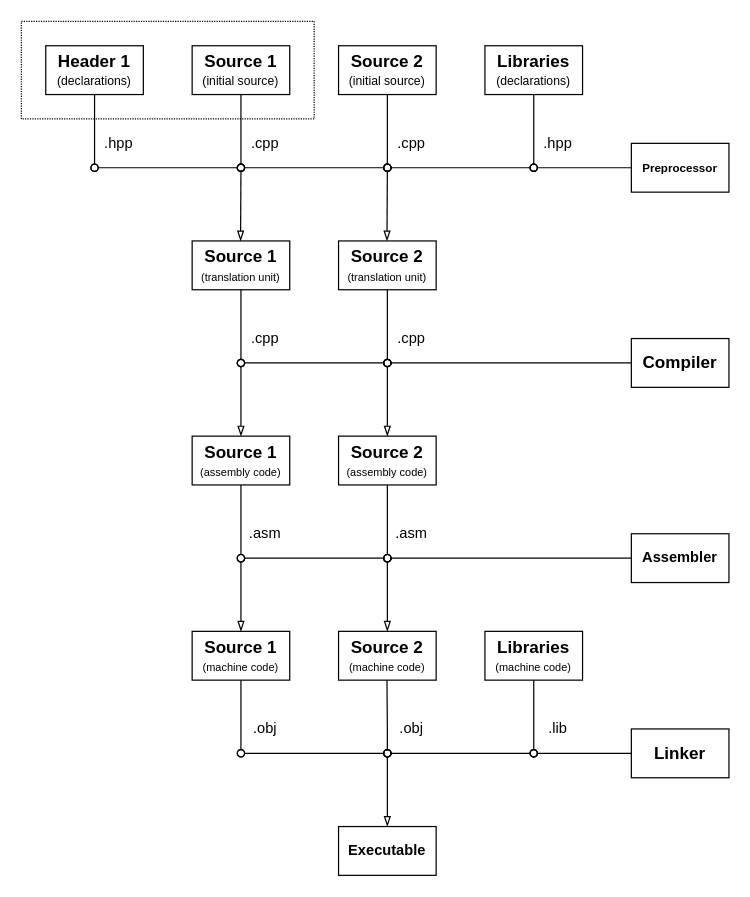
The draw.io diagram projects/examples/source/06.01.drawio in i-s-m-mipt/Education, before the edit. Source tidied: cells renumbered, new cells numbered last; positions are measured from the earlier drawing's top-left corner, leaving out a move shared by most shapes. Both pictures are drawn from the tidied source at 122%, with x=0, y=0 at pixel (21, 21).
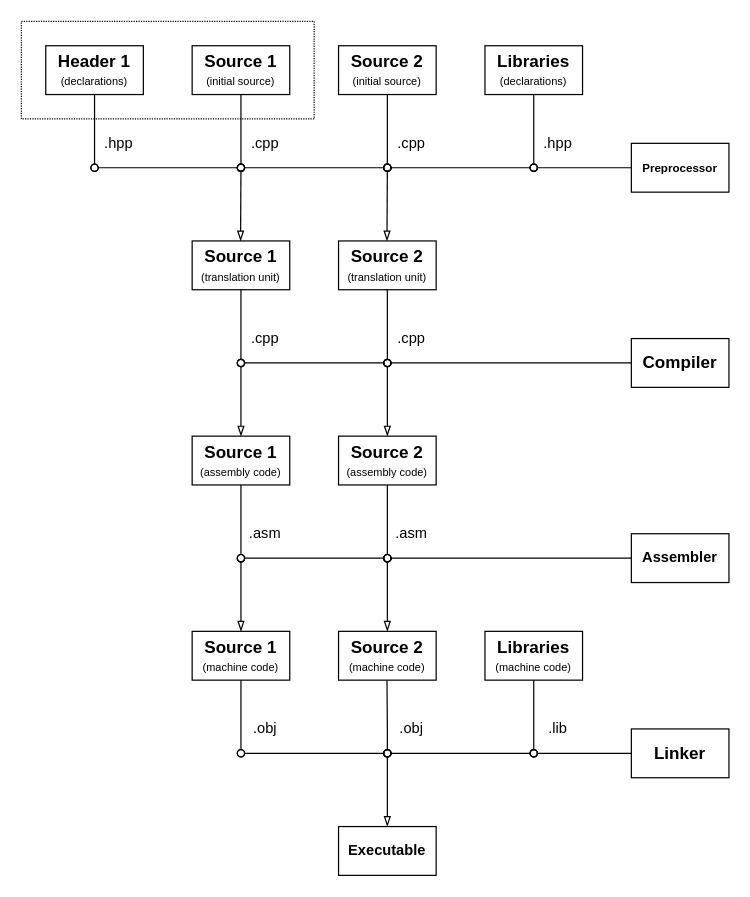
After the change.

Commit message (it also covers changes not shown here):
Доработан пример 06.01.

What changed in the source:
```diff
@@
-    <mxCell id="4" value="&lt;font&gt;&lt;font style=&quot;font-size: 14px;&quot; face=&quot;Helvetica&quot;&gt;&lt;b style=&quot;&quot;&gt;Source 1&lt;/b&gt;&lt;/font&gt;&lt;/font&gt;&lt;div&gt;&lt;font style=&quot;font-size: 10px;&quot;&gt;&lt;font style=&quot;&quot;&gt;&lt;span style=&quot;background-color: transparent; color: light-dark(rgb(0, 0, 0), rgb(255, 255, 255));&quot;&gt;(initial source&lt;/span&gt;&lt;/font&gt;&lt;span style=&quot;background-color: transparent; color: light-dark(rgb(0, 0, 0), rgb(255, 255, 255));&quot;&gt;)&lt;/span&gt;&lt;/font&gt;&lt;/div&gt;" style="rounded=0;whiteSpace=wrap;html=1;" parent="1" vertex="1">
+    <mxCell id="4" value="&lt;font&gt;&lt;font style=&quot;font-size: 14px;&quot; face=&quot;Helvetica&quot;&gt;&lt;b style=&quot;&quot;&gt;Source 1&lt;/b&gt;&lt;/font&gt;&lt;/font&gt;&lt;div&gt;&lt;font style=&quot;font-size: 9px;&quot;&gt;&lt;font style=&quot;&quot;&gt;&lt;span style=&quot;background-color: transparent; color: light-dark(rgb(0, 0, 0), rgb(255, 255, 255));&quot;&gt;(initial source&lt;/span&gt;&lt;/font&gt;&lt;span style=&quot;background-color: transparent; color: light-dark(rgb(0, 0, 0), rgb(255, 255, 255));&quot;&gt;)&lt;/span&gt;&lt;/font&gt;&lt;/div&gt;" style="rounded=0;whiteSpace=wrap;html=1;" parent="1" vertex="1">
       <mxGeometry x="140" y="20" width="80" height="40" as="geometry" />
     </mxCell>
-    <mxCell id="5" value="&lt;font style=&quot;font-size: 14px;&quot; face=&quot;Helvetica&quot;&gt;&lt;b style=&quot;&quot;&gt;Source 2&lt;/b&gt;&lt;/font&gt;&lt;div&gt;&lt;font style=&quot;font-size: 10px;&quot;&gt;&lt;font style=&quot;&quot;&gt;(&lt;/font&gt;&lt;span style=&quot;color: light-dark(rgb(0, 0, 0), rgb(255, 255, 255)); background-color: transparent;&quot;&gt;initial source&lt;/span&gt;&lt;span style=&quot;color: light-dark(rgb(0, 0, 0), rgb(255, 255, 255)); background-color: transparent;&quot;&gt;)&lt;/span&gt;&lt;/font&gt;&lt;/div&gt;" style="rounded=0;whiteSpace=wrap;html=1;" parent="1" vertex="1">
+    <mxCell id="5" value="&lt;font style=&quot;font-size: 14px;&quot; face=&quot;Helvetica&quot;&gt;&lt;b style=&quot;&quot;&gt;Source 2&lt;/b&gt;&lt;/font&gt;&lt;div&gt;&lt;font style=&quot;font-size: 9px;&quot;&gt;&lt;font style=&quot;&quot;&gt;(&lt;/font&gt;&lt;span style=&quot;color: light-dark(rgb(0, 0, 0), rgb(255, 255, 255)); background-color: transparent;&quot;&gt;initial source&lt;/span&gt;&lt;span style=&quot;color: light-dark(rgb(0, 0, 0), rgb(255, 255, 255)); background-color: transparent;&quot;&gt;)&lt;/span&gt;&lt;/font&gt;&lt;/div&gt;" style="rounded=0;whiteSpace=wrap;html=1;" parent="1" vertex="1">
       <mxGeometry x="260" y="20" width="80" height="40" as="geometry" />
     </mxCell>
@@
-    <mxCell id="7" value="&lt;font face=&quot;Helvetica&quot; style=&quot;&quot;&gt;&lt;b style=&quot;&quot;&gt;&lt;font style=&quot;font-size: 14px;&quot;&gt;Header 1&lt;/font&gt;&lt;/b&gt;&lt;br&gt;&lt;font style=&quot;font-size: 10px;&quot;&gt;(&lt;/font&gt;&lt;/font&gt;&lt;font style=&quot;font-size: 10px;&quot;&gt;declarations&lt;font face=&quot;Helvetica&quot; style=&quot;&quot;&gt;)&lt;/font&gt;&lt;/font&gt;" style="rounded=0;whiteSpace=wrap;html=1;" parent="1" vertex="1">
+    <mxCell id="7" value="&lt;font face=&quot;Helvetica&quot; style=&quot;&quot;&gt;&lt;b style=&quot;&quot;&gt;&lt;font style=&quot;font-size: 14px;&quot;&gt;Header 1&lt;/font&gt;&lt;/b&gt;&lt;br&gt;&lt;font style=&quot;font-size: 9px;&quot;&gt;(&lt;/font&gt;&lt;/font&gt;&lt;font style=&quot;font-size: 9px;&quot;&gt;declarations&lt;font face=&quot;Helvetica&quot; style=&quot;&quot;&gt;)&lt;/font&gt;&lt;/font&gt;" style="rounded=0;whiteSpace=wrap;html=1;" parent="1" vertex="1">
       <mxGeometry x="20" y="20" width="80" height="40" as="geometry" />
     </mxCell>
@@
-    <mxCell id="57" value="&lt;font style=&quot;font-size: 14px;&quot; face=&quot;Helvetica&quot;&gt;&lt;b style=&quot;&quot;&gt;Libraries&lt;/b&gt;&lt;/font&gt;&lt;div&gt;&lt;font style=&quot;font-size: 10px;&quot;&gt;(&lt;/font&gt;&lt;span style=&quot;color: light-dark(rgb(0, 0, 0), rgb(255, 255, 255)); font-size: 10px; background-color: transparent;&quot;&gt;declarations&lt;/span&gt;&lt;span style=&quot;color: light-dark(rgb(0, 0, 0), rgb(255, 255, 255)); font-size: 10px; background-color: transparent;&quot;&gt;)&lt;/span&gt;&lt;/div&gt;" style="rounded=0;whiteSpace=wrap;html=1;" parent="1" vertex="1">
+    <mxCell id="57" value="&lt;font style=&quot;font-size: 14px;&quot; face=&quot;Helvetica&quot;&gt;&lt;b style=&quot;&quot;&gt;Libraries&lt;/b&gt;&lt;/font&gt;&lt;div&gt;&lt;font style=&quot;font-size: 9px;&quot;&gt;&lt;font style=&quot;&quot;&gt;(&lt;/font&gt;&lt;span style=&quot;color: light-dark(rgb(0, 0, 0), rgb(255, 255, 255)); background-color: transparent;&quot;&gt;declarations&lt;/span&gt;&lt;span style=&quot;color: light-dark(rgb(0, 0, 0), rgb(255, 255, 255)); background-color: transparent;&quot;&gt;)&lt;/span&gt;&lt;/font&gt;&lt;/div&gt;" style="rounded=0;whiteSpace=wrap;html=1;" parent="1" vertex="1">
       <mxGeometry x="380" y="20" width="80" height="40" as="geometry" />
     </mxCell>
```
